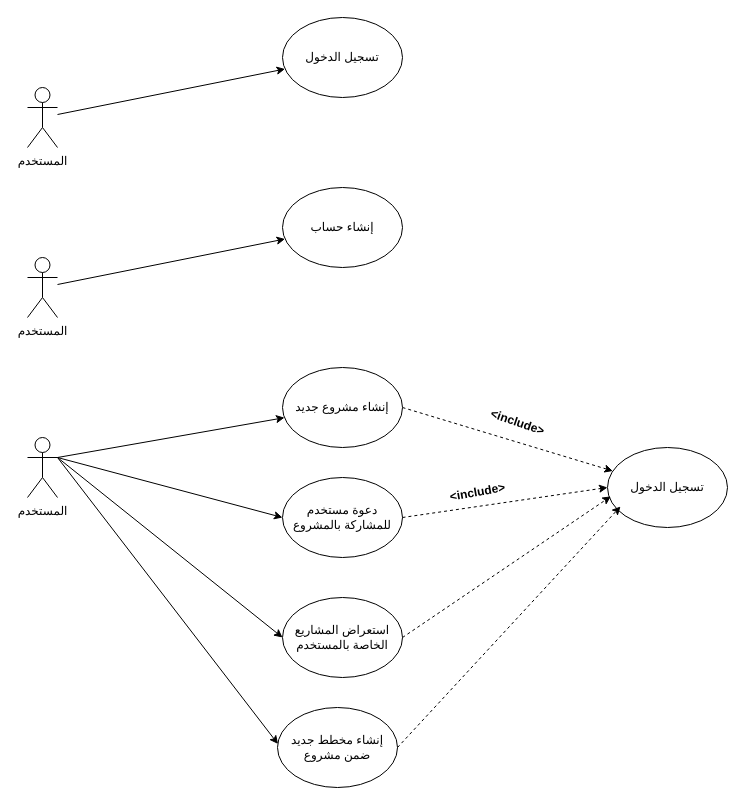
Earlier version of the draw.io diagram تصميم/Use case.drawio (MohamadAlturky/Report-Drafts). Source tidied: cells renumbered, new cells numbered last; positions are measured from the earlier drawing's top-left corner, leaving out a move shared by most shapes. Both pictures are drawn from the tidied source at 100%, with x=0, y=0 at pixel (27, 17).
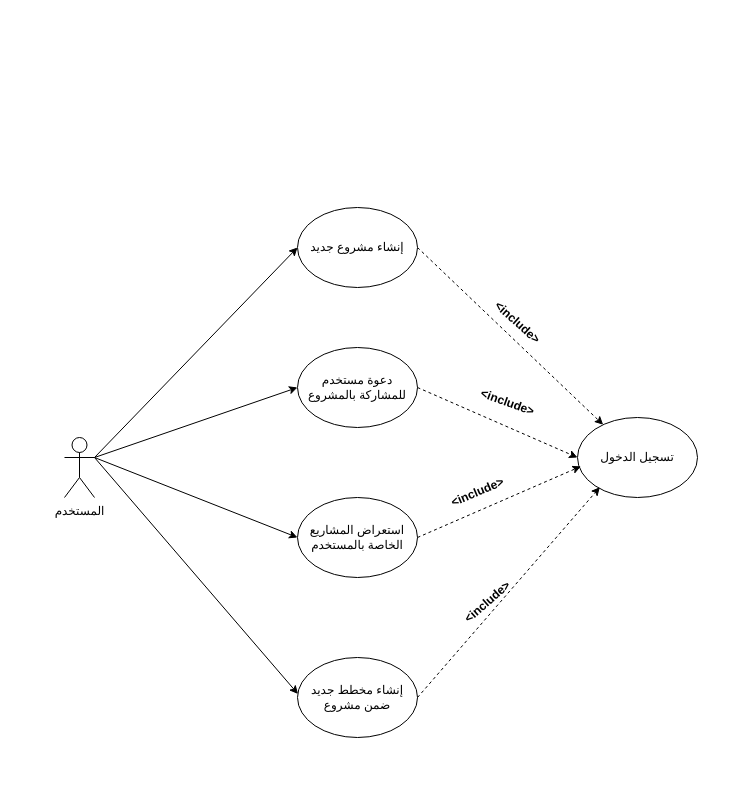
Above is the later version.

Diff of the diagram source:
```diff
@@
-    <mxCell id="2" style="rounded=0;jettySize=auto;html=1;" parent="1" edge="1" source="3" target="4">
-      <mxGeometry relative="1" as="geometry" />
-    </mxCell>
-    <mxCell id="3" value="المستخدم" style="shape=umlActor;verticalLabelPosition=bottom;verticalAlign=top;html=1;outlineConnect=0;" parent="1" vertex="1">
-      <mxGeometry y="70" width="30" height="60" as="geometry" />
-    </mxCell>
-    <mxCell id="4" value="تسجيل الدخول" style="ellipse;whiteSpace=wrap;html=1;" parent="1" vertex="1">
-      <mxGeometry x="255" width="120" height="80" as="geometry" />
-    </mxCell>
-    <mxCell id="5" style="rounded=0;jettySize=auto;html=1;" parent="1" edge="1" source="6" target="7">
-      <mxGeometry relative="1" as="geometry" />
-    </mxCell>
-    <mxCell id="6" value="المستخدم" style="shape=umlActor;verticalLabelPosition=bottom;verticalAlign=top;html=1;outlineConnect=0;" parent="1" vertex="1">
-      <mxGeometry y="240" width="30" height="60" as="geometry" />
-    </mxCell>
-    <mxCell id="7" value="إنشاء حساب" style="ellipse;whiteSpace=wrap;html=1;" parent="1" vertex="1">
-      <mxGeometry x="255" y="170" width="120" height="80" as="geometry" />
-    </mxCell>
-    <mxCell id="8" style="rounded=0;jettySize=auto;html=1;" parent="1" edge="1" target="11">
-      <mxGeometry relative="1" as="geometry">
-        <mxPoint x="30" y="440" as="sourcePoint" />
-      </mxGeometry>
+    <mxCell id="8" style="rounded=0;jettySize=auto;html=1;entryX=0;entryY=0.5;entryDx=0;entryDy=0;exitX=1;exitY=0.3333333333333333;exitDx=0;exitDy=0;exitPerimeter=0;" parent="1" edge="1" source="9" target="11">
+      <mxGeometry relative="1" as="geometry" />
     </mxCell>
     <mxCell id="9" value="المستخدم" style="shape=umlActor;verticalLabelPosition=bottom;verticalAlign=top;html=1;outlineConnect=0;" parent="1" vertex="1">
-      <mxGeometry y="420" width="30" height="60" as="geometry" />
+      <mxGeometry x="37" y="420" width="30" height="60" as="geometry" />
     </mxCell>
@@
     <mxCell id="11" value="إنشاء مشروع جديد" style="ellipse;whiteSpace=wrap;html=1;" parent="1" vertex="1">
-      <mxGeometry x="255" y="350" width="120" height="80" as="geometry" />
+      <mxGeometry x="270" y="190" width="120" height="80" as="geometry" />
     </mxCell>
     <mxCell id="12" value="تسجيل الدخول" style="ellipse;whiteSpace=wrap;html=1;" parent="1" vertex="1">
-      <mxGeometry x="580" y="430" width="120" height="80" as="geometry" />
+      <mxGeometry x="550" y="400" width="120" height="80" as="geometry" />
     </mxCell>
-    <mxCell id="13" value="&lt;b&gt;&amp;lt;include&amp;gt;&lt;/b&gt;" style="text;html=1;align=center;verticalAlign=middle;strokeColor=none;fillColor=none;rotation=19;" parent="1" vertex="1">
-      <mxGeometry x="450" y="390" width="80" height="30" as="geometry" />
+    <mxCell id="13" value="&lt;b&gt;&amp;lt;include&amp;gt;&lt;/b&gt;" style="text;html=1;align=center;verticalAlign=middle;strokeColor=none;fillColor=none;rotation=20;" parent="1" vertex="1">
+      <mxGeometry x="440" y="370" width="80" height="30" as="geometry" />
     </mxCell>
     <mxCell id="14" value="دعوة مستخدم للمشاركة بالمشروع" style="ellipse;whiteSpace=wrap;html=1;" parent="1" vertex="1">
-      <mxGeometry x="255" y="460" width="120" height="80" as="geometry" />
+      <mxGeometry x="270" y="330" width="120" height="80" as="geometry" />
     </mxCell>
@@
-    <mxCell id="17" value="&lt;b&gt;&amp;lt;include&amp;gt;&lt;/b&gt;" style="text;html=1;align=center;verticalAlign=middle;strokeColor=none;fillColor=none;rotation=-10;" parent="1" vertex="1">
+    <mxCell id="17" value="&lt;b&gt;&amp;lt;include&amp;gt;&lt;/b&gt;" style="text;html=1;align=center;verticalAlign=middle;strokeColor=none;fillColor=none;rotation=-23;" parent="1" vertex="1">
       <mxGeometry x="410" y="460" width="80" height="30" as="geometry" />
     </mxCell>
     <mxCell id="18" value="استعراض المشاريع الخاصة بالمستخدم" style="ellipse;whiteSpace=wrap;html=1;" parent="1" vertex="1">
-      <mxGeometry x="255" y="580" width="120" height="80" as="geometry" />
+      <mxGeometry x="270" y="480" width="120" height="80" as="geometry" />
     </mxCell>
-    <mxCell id="19" style="rounded=0;jettySize=auto;html=1;exitX=1;exitY=0.3333333333333333;exitDx=0;exitDy=0;exitPerimeter=0;entryX=0;entryY=0.5;entryDx=0;entryDy=0;" parent="1" edge="1" source="9" target="18">
+    <mxCell id="19" style="rounded=0;jettySize=auto;html=1;entryX=0;entryY=0.5;entryDx=0;entryDy=0;exitX=1;exitY=0.3333333333333333;exitDx=0;exitDy=0;exitPerimeter=0;" parent="1" edge="1" source="9" target="18">
       <mxGeometry relative="1" as="geometry" />
     </mxCell>
@@
-    <mxCell id="21" style="rounded=0;jettySize=auto;html=1;entryX=0.004;entryY=0.456;entryDx=0;entryDy=0;entryPerimeter=0;" parent="1" edge="1" target="22">
-      <mxGeometry relative="1" as="geometry">
-        <mxPoint x="30" y="440" as="sourcePoint" />
-      </mxGeometry>
+    <mxCell id="21" style="rounded=0;jettySize=auto;html=1;entryX=0.004;entryY=0.456;entryDx=0;entryDy=0;entryPerimeter=0;exitX=1;exitY=0.3333333333333333;exitDx=0;exitDy=0;exitPerimeter=0;" parent="1" edge="1" source="9" target="22">
+      <mxGeometry relative="1" as="geometry" />
     </mxCell>
     <mxCell id="22" value="إنشاء مخطط جديد ضمن مشروع" style="ellipse;whiteSpace=wrap;html=1;" parent="1" vertex="1">
-      <mxGeometry x="250" y="690" width="120" height="80" as="geometry" />
+      <mxGeometry x="270" y="640" width="120" height="80" as="geometry" />
     </mxCell>
-    <mxCell id="23" style="rounded=0;jettySize=auto;html=1;dashed=1;exitX=1;exitY=0.5;exitDx=0;exitDy=0;entryX=0.028;entryY=0.611;entryDx=0;entryDy=0;entryPerimeter=0;" parent="1" edge="1" source="22">
-      <mxGeometry relative="1" as="geometry">
-        <mxPoint x="593" y="489" as="targetPoint" />
-      </mxGeometry>
+    <mxCell id="23" style="rounded=0;jettySize=auto;html=1;dashed=1;exitX=1;exitY=0.5;exitDx=0;exitDy=0;entryX=0.186;entryY=0.872;entryDx=0;entryDy=0;entryPerimeter=0;" parent="1" edge="1" source="22" target="12">
+      <mxGeometry relative="1" as="geometry" />
     </mxCell>
+    <mxCell id="24" value="&lt;b&gt;&amp;lt;include&amp;gt;&lt;/b&gt;" style="text;html=1;align=center;verticalAlign=middle;strokeColor=none;fillColor=none;rotation=42;" parent="1" vertex="1">
+      <mxGeometry x="450" y="290" width="80" height="30" as="geometry" />
+    </mxCell>
+    <mxCell id="25" value="&lt;b&gt;&amp;lt;include&amp;gt;&lt;/b&gt;" style="text;html=1;align=center;verticalAlign=middle;strokeColor=none;fillColor=none;rotation=-41;" parent="1" vertex="1">
+      <mxGeometry x="420" y="570" width="80" height="30" as="geometry" />
+    </mxCell>
```
